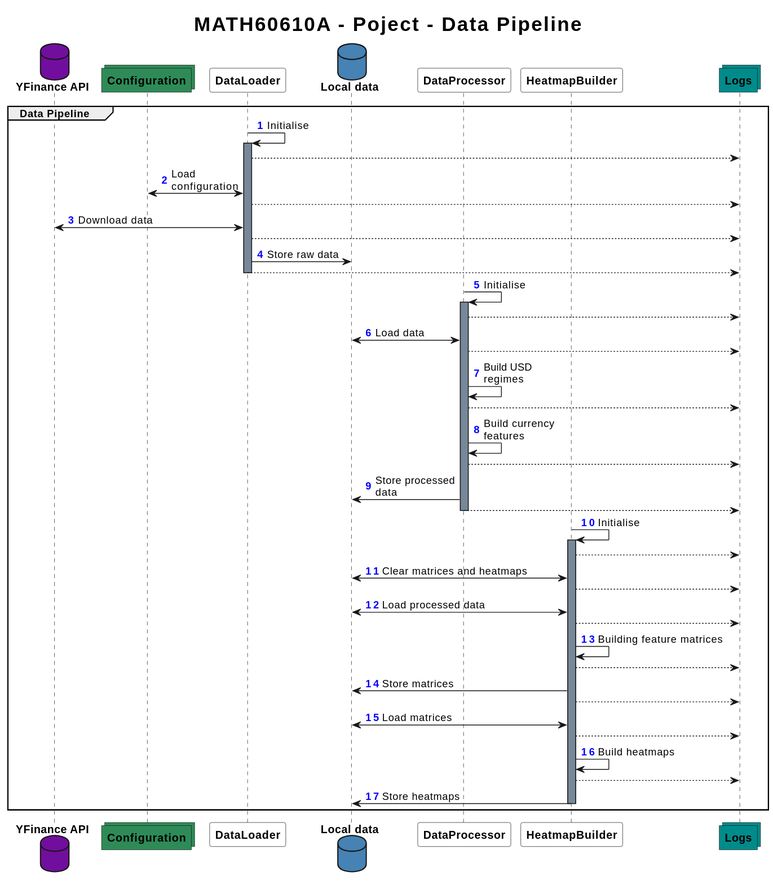
Above: documentation/sequence.svg in romainmrad/FX-heatmap-strategy (PlantUML), before the change. Its diagram source:
```plantuml
@startuml

skinparam ParticipantFontStyle bold
skinparam DatabaseFontStyle bold
skinparam CollectionsFontStyle bold
skinparam BackgroundColor White
skinparam TitleFontSize 25
skinparam TitleFontStyle bold
autonumber "<font color=blue><b>"

title MATH60610A - Poject - Data Pipeline

database "YFinance API" #720E9E
collections Configuration #SeaGreen
participant DataLoader #White
database "Local data" #SteelBlue
participant DataProcessor #White
participant HeatmapBuilder #White
collections Logs #DarkCyan

group Data Pipeline
DataLoader -> DataLoader: Initialise
activate DataLoader #LightSlateGrey
    autonumber stop
    DataLoader --> Logs
    autonumber resume
DataLoader <-> Configuration: Load\nconfiguration
    autonumber stop
    DataLoader --> Logs
    autonumber resume
DataLoader <-> "YFinance API": Download data
    autonumber stop
    DataLoader --> Logs
    autonumber resume
DataLoader -> "Local data": Store raw data
    autonumber stop
    DataLoader --> Logs
    autonumber resume
deactivate

DataProcessor -> DataProcessor: Initialise
activate DataProcessor #LightSlateGrey
    autonumber stop
    DataProcessor --> Logs
    autonumber resume
DataProcessor <-> "Local data": Load data
    autonumber stop
    DataProcessor --> Logs
    autonumber resume
DataProcessor -> DataProcessor: Build USD\nregimes
    autonumber stop
    DataProcessor --> Logs
    autonumber resume
DataProcessor -> DataProcessor: Build currency\nfeatures
    autonumber stop
    DataProcessor --> Logs
    autonumber resume
DataProcessor -> "Local data": Store processed\ndata
    autonumber stop
    DataProcessor --> Logs
    autonumber resume
deactivate

HeatmapBuilder -> HeatmapBuilder: Initialise
activate HeatmapBuilder #LightSlateGrey
    autonumber stop
    HeatmapBuilder --> Logs
    autonumber resume
HeatmapBuilder <-> "Local data": Clear matrices and heatmaps
    autonumber stop
    HeatmapBuilder --> Logs
    autonumber resume
HeatmapBuilder <-> "Local data": Load processed data
    autonumber stop
    HeatmapBuilder --> Logs
    autonumber resume
HeatmapBuilder -> HeatmapBuilder: Building feature matrices
    autonumber stop
    HeatmapBuilder --> Logs
    autonumber resume
HeatmapBuilder -> "Local data": Store matrices
    autonumber stop
    HeatmapBuilder --> Logs
    autonumber resume
HeatmapBuilder <-> "Local data": Load matrices
    autonumber stop
    HeatmapBuilder --> Logs
    autonumber resume
HeatmapBuilder -> HeatmapBuilder: Build heatmaps
    autonumber stop
    HeatmapBuilder --> Logs
    autonumber resume
HeatmapBuilder -> "Local data": Store heatmaps
deactivate
end
@enduml
```
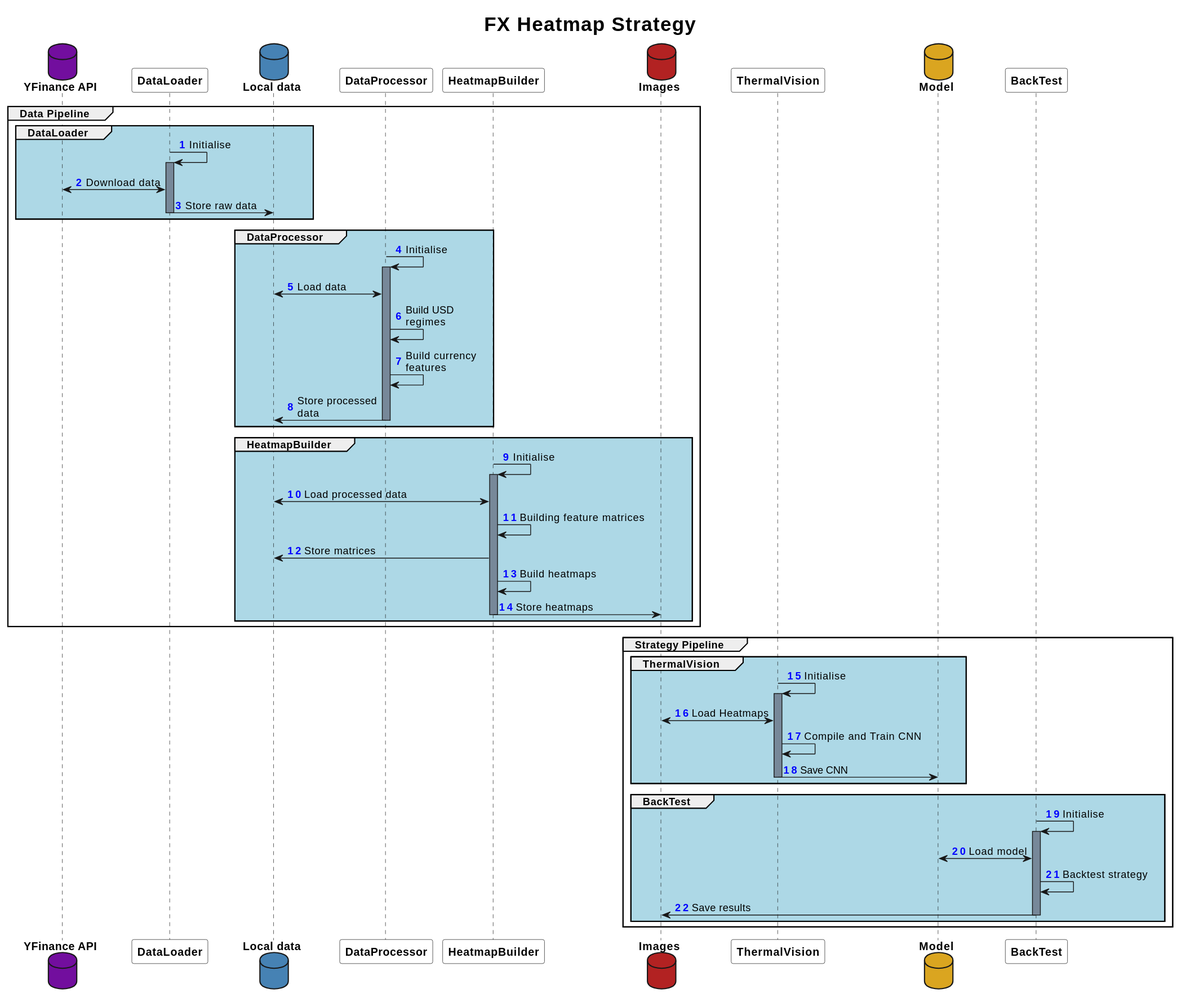
The same diagram one commit later.

Diff of the diagram source:
```diff
@@ -8,89 +8,66 @@
 skinparam TitleFontStyle bold
 autonumber "<font color=blue><b>"
 
-title MATH60610A - Poject - Data Pipeline
+title FX Heatmap Strategy
 
 database "YFinance API" #720E9E
-collections Configuration #SeaGreen
 participant DataLoader #White
 database "Local data" #SteelBlue
 participant DataProcessor #White
 participant HeatmapBuilder #White
-collections Logs #DarkCyan
+database Images #FireBrick
+participant ThermalVision #White
+database Model #GoldenRod
+participant BackTest #White
 
 group Data Pipeline
-DataLoader -> DataLoader: Initialise
-activate DataLoader #LightSlateGrey
-    autonumber stop
-    DataLoader --> Logs
-    autonumber resume
-DataLoader <-> Configuration: Load\nconfiguration
-    autonumber stop
-    DataLoader --> Logs
-    autonumber resume
-DataLoader <-> "YFinance API": Download data
-    autonumber stop
-    DataLoader --> Logs
-    autonumber resume
-DataLoader -> "Local data": Store raw data
-    autonumber stop
-    DataLoader --> Logs
-    autonumber resume
-deactivate
+    group #LightBlue DataLoader
+        DataLoader -> DataLoader: Initialise
+        activate DataLoader #LightSlateGrey
+        DataLoader <-> "YFinance API": Download data
+        DataLoader -> "Local data": Store raw data
+        deactivate
+    end
 
-DataProcessor -> DataProcessor: Initialise
-activate DataProcessor #LightSlateGrey
-    autonumber stop
-    DataProcessor --> Logs
-    autonumber resume
-DataProcessor <-> "Local data": Load data
-    autonumber stop
-    DataProcessor --> Logs
-    autonumber resume
-DataProcessor -> DataProcessor: Build USD\nregimes
-    autonumber stop
-    DataProcessor --> Logs
-    autonumber resume
-DataProcessor -> DataProcessor: Build currency\nfeatures
-    autonumber stop
-    DataProcessor --> Logs
-    autonumber resume
-DataProcessor -> "Local data": Store processed\ndata
-    autonumber stop
-    DataProcessor --> Logs
-    autonumber resume
-deactivate
+    group #LightBlue DataProcessor
+        DataProcessor -> DataProcessor: Initialise
+        activate DataProcessor #LightSlateGrey
+        DataProcessor <-> "Local data": Load data
+        DataProcessor -> DataProcessor: Build USD\nregimes
+        DataProcessor -> DataProcessor: Build currency\nfeatures
+        DataProcessor -> "Local data": Store processed\ndata
+        deactivate
+    end
 
-HeatmapBuilder -> HeatmapBuilder: Initialise
-activate HeatmapBuilder #LightSlateGrey
-    autonumber stop
-    HeatmapBuilder --> Logs
-    autonumber resume
-HeatmapBuilder <-> "Local data": Clear matrices and heatmaps
-    autonumber stop
-    HeatmapBuilder --> Logs
-    autonumber resume
-HeatmapBuilder <-> "Local data": Load processed data
-    autonumber stop
-    HeatmapBuilder --> Logs
-    autonumber resume
-HeatmapBuilder -> HeatmapBuilder: Building feature matrices
-    autonumber stop
-    HeatmapBuilder --> Logs
-    autonumber resume
-HeatmapBuilder -> "Local data": Store matrices
-    autonumber stop
-    HeatmapBuilder --> Logs
-    autonumber resume
-HeatmapBuilder <-> "Local data": Load matrices
-    autonumber stop
-    HeatmapBuilder --> Logs
-    autonumber resume
-HeatmapBuilder -> HeatmapBuilder: Build heatmaps
-    autonumber stop
-    HeatmapBuilder --> Logs
-    autonumber resume
-HeatmapBuilder -> "Local data": Store heatmaps
-deactivate
+    group #LightBlue HeatmapBuilder
+        HeatmapBuilder -> HeatmapBuilder: Initialise
+        activate HeatmapBuilder #LightSlateGrey
+        HeatmapBuilder <-> "Local data": Load processed data
+        HeatmapBuilder -> HeatmapBuilder: Building feature matrices
+        HeatmapBuilder -> "Local data": Store matrices
+        HeatmapBuilder -> HeatmapBuilder: Build heatmaps
+        HeatmapBuilder -> Images: Store heatmaps
+        deactivate
+    end
+end
+
+group Strategy Pipeline
+    group #LightBlue ThermalVision
+        ThermalVision -> ThermalVision: Initialise
+        activate ThermalVision #LightSlateGrey
+        ThermalVision <-> Images: Load Heatmaps
+        ThermalVision -> ThermalVision: Compile and Train CNN
+        ThermalVision -> Model: Save CNN
+        deactivate
+    end
+
+    group #LightBlue BackTest
+        BackTest -> BackTest: Initialise
+        activate BackTest #LightSlateGrey
+        BackTest <-> Model: Load model
+        BackTest -> BackTest: Backtest strategy
+        BackTest -> Images: Save results
+        deactivate
+    end
 end
 @enduml
```
